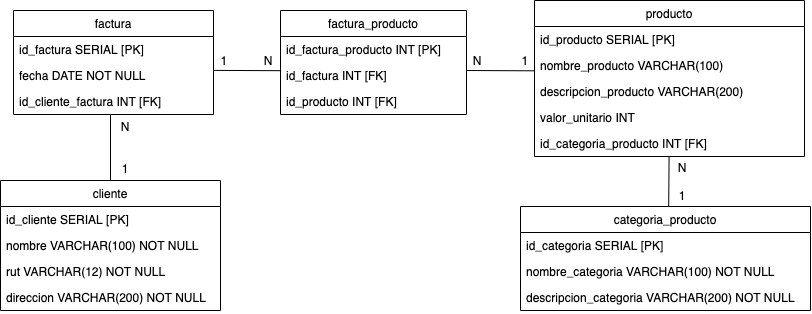
This is modelo_logico_prueba.png from fvargasserani/prueba_bases_de_datos, a draw.io export, as it was before one commit. Source tidied: cells renumbered, new cells last; positions are measured from the earlier drawing's top-left corner, leaving out a move shared by most shapes. The source it was exported from:
```xml
<mxGraphModel>
  <root>
    <mxCell id="0" />
    <mxCell id="1" parent="0" />
    <mxCell id="2" value="factura" style="swimlane;fontStyle=0;horizontal=1;startSize=26;fillColor=none;" parent="1" vertex="1">
      <mxGeometry x="13" y="10" width="200" height="104" as="geometry" />
    </mxCell>
    <mxCell id="3" value="id_factura SERIAL [PK]" style="text;strokeColor=none;fillColor=none;align=left;verticalAlign=top;spacingLeft=4;spacingRight=4;overflow=hidden;" parent="2" vertex="1">
      <mxGeometry y="26" width="200" height="26" as="geometry" />
    </mxCell>
    <mxCell id="4" value="fecha DATE NOT NULL" style="text;strokeColor=none;fillColor=none;align=left;verticalAlign=top;spacingLeft=4;spacingRight=4;overflow=hidden;points=[[0,0.5],[1,0.5]];portConstraint=eastwest;" parent="2" vertex="1">
      <mxGeometry y="52" width="200" height="26" as="geometry" />
    </mxCell>
    <mxCell id="5" value="id_cliente_factura INT [FK]" style="text;strokeColor=none;fillColor=none;align=left;verticalAlign=top;spacingLeft=4;spacingRight=4;overflow=hidden;" parent="2" vertex="1">
      <mxGeometry y="78" width="200" height="26" as="geometry" />
    </mxCell>
    <mxCell id="6" value="producto" style="swimlane;fontStyle=0;horizontal=1;startSize=26;fillColor=none;" parent="1" vertex="1">
      <mxGeometry x="534" width="270" height="156" as="geometry" />
    </mxCell>
    <mxCell id="7" value="id_producto SERIAL [PK]" style="text;strokeColor=none;fillColor=none;align=left;verticalAlign=top;spacingLeft=4;spacingRight=4;overflow=hidden;" parent="6" vertex="1">
      <mxGeometry y="26" width="270" height="26" as="geometry" />
    </mxCell>
    <mxCell id="8" value="nombre_producto VARCHAR(100)" style="text;strokeColor=none;fillColor=none;align=left;verticalAlign=top;spacingLeft=4;spacingRight=4;overflow=hidden;" parent="6" vertex="1">
      <mxGeometry y="52" width="270" height="26" as="geometry" />
    </mxCell>
    <mxCell id="9" value="descripcion_producto VARCHAR(200)" style="text;strokeColor=none;fillColor=none;align=left;verticalAlign=top;spacingLeft=4;spacingRight=4;overflow=hidden;" parent="6" vertex="1">
      <mxGeometry y="78" width="270" height="26" as="geometry" />
    </mxCell>
    <mxCell id="10" value="valor_unitario INT" style="text;strokeColor=none;fillColor=none;align=left;verticalAlign=top;spacingLeft=4;spacingRight=4;overflow=hidden;" parent="6" vertex="1">
      <mxGeometry y="104" width="270" height="26" as="geometry" />
    </mxCell>
    <mxCell id="11" value="id_categoria_producto INT [FK]" style="text;strokeColor=none;fillColor=none;align=left;verticalAlign=top;spacingLeft=4;spacingRight=4;overflow=hidden;" parent="6" vertex="1">
      <mxGeometry y="130" width="270" height="26" as="geometry" />
    </mxCell>
    <mxCell id="12" value="categoria_producto" style="swimlane;fontStyle=0;horizontal=1;startSize=26;fillColor=none;" parent="1" vertex="1">
      <mxGeometry x="520" y="206" width="290" height="104" as="geometry" />
    </mxCell>
    <mxCell id="13" value="id_categoria SERIAL [PK]" style="text;strokeColor=none;fillColor=none;align=left;verticalAlign=top;spacingLeft=4;spacingRight=4;overflow=hidden;" parent="12" vertex="1">
      <mxGeometry y="26" width="290" height="26" as="geometry" />
    </mxCell>
    <mxCell id="14" value="nombre_categoria VARCHAR(100) NOT NULL" style="text;strokeColor=none;fillColor=none;align=left;verticalAlign=top;spacingLeft=4;spacingRight=4;overflow=hidden;" parent="12" vertex="1">
      <mxGeometry y="52" width="290" height="26" as="geometry" />
    </mxCell>
    <mxCell id="15" value="descripcion_categoria VARCHAR(200) NOT NULL" style="text;strokeColor=none;fillColor=none;align=left;verticalAlign=top;spacingLeft=4;spacingRight=4;overflow=hidden;" parent="12" vertex="1">
      <mxGeometry y="78" width="290" height="26" as="geometry" />
    </mxCell>
    <mxCell id="16" value="cliente" style="swimlane;fontStyle=0;horizontal=1;startSize=26;fillColor=none;" parent="1" vertex="1">
      <mxGeometry y="180" width="220" height="130" as="geometry" />
    </mxCell>
    <mxCell id="17" value="id_cliente SERIAL [PK]" style="text;strokeColor=none;fillColor=none;align=left;verticalAlign=top;spacingLeft=4;spacingRight=4;overflow=hidden;" parent="16" vertex="1">
      <mxGeometry y="26" width="220" height="26" as="geometry" />
    </mxCell>
    <mxCell id="18" value="nombre VARCHAR(100) NOT NULL" style="text;strokeColor=none;fillColor=none;align=left;verticalAlign=top;spacingLeft=4;spacingRight=4;overflow=hidden;" parent="16" vertex="1">
      <mxGeometry y="52" width="220" height="26" as="geometry" />
    </mxCell>
    <mxCell id="19" value="rut VARCHAR(12) NOT NULL" style="text;strokeColor=none;fillColor=none;align=left;verticalAlign=top;spacingLeft=4;spacingRight=4;overflow=hidden;" parent="16" vertex="1">
      <mxGeometry y="78" width="220" height="26" as="geometry" />
    </mxCell>
    <mxCell id="20" value="direccion VARCHAR(200) NOT NULL" style="text;strokeColor=none;fillColor=none;align=left;verticalAlign=top;spacingLeft=4;spacingRight=4;overflow=hidden;" parent="16" vertex="1">
      <mxGeometry y="104" width="220" height="26" as="geometry" />
    </mxCell>
    <mxCell id="21" value="factura_producto" style="swimlane;fontStyle=0;horizontal=1;startSize=26;fillColor=none;" parent="1" vertex="1">
      <mxGeometry x="280" y="10" width="186" height="104" as="geometry" />
    </mxCell>
    <mxCell id="22" value="id_factura_producto INT [PK]" style="text;strokeColor=none;fillColor=none;align=left;verticalAlign=top;spacingLeft=4;spacingRight=4;overflow=hidden;" parent="21" vertex="1">
      <mxGeometry y="26" width="186" height="26" as="geometry" />
    </mxCell>
    <mxCell id="23" value="id_factura INT [FK]" style="text;strokeColor=none;fillColor=none;align=left;verticalAlign=top;spacingLeft=4;spacingRight=4;overflow=hidden;points=[[0,0.5],[1,0.5]];portConstraint=eastwest;" parent="21" vertex="1">
      <mxGeometry y="52" width="186" height="26" as="geometry" />
    </mxCell>
    <mxCell id="24" value="id_producto INT [FK]" style="text;strokeColor=none;fillColor=none;align=left;verticalAlign=top;spacingLeft=4;spacingRight=4;overflow=hidden;" parent="21" vertex="1">
      <mxGeometry y="78" width="186" height="26" as="geometry" />
    </mxCell>
    <mxCell id="25" style="endArrow=none;html=1;exitX=1;exitY=0.303;exitDx=0;exitDy=0;exitPerimeter=0;entryX=0.003;entryY=0.315;entryDx=0;entryDy=0;entryPerimeter=0;" parent="1" edge="1" source="4" target="23">
      <mxGeometry relative="1" as="geometry" />
    </mxCell>
    <mxCell id="26" style="endArrow=none;html=1;exitX=1;exitY=0.303;exitDx=0;exitDy=0;exitPerimeter=0;entryX=0.003;entryY=0.315;entryDx=0;entryDy=0;entryPerimeter=0;" parent="1" edge="1">
      <mxGeometry relative="1" as="geometry">
        <mxPoint x="466" y="70" as="sourcePoint" />
        <mxPoint x="533.6" y="70.3" as="targetPoint" />
      </mxGeometry>
    </mxCell>
    <mxCell id="27" value="1&amp;nbsp; &amp;nbsp; &amp;nbsp; &amp;nbsp; &amp;nbsp; &amp;nbsp;N" style="text;html=1;strokeColor=none;fillColor=none;align=center;verticalAlign=middle;whiteSpace=wrap;rounded=0;" parent="1" vertex="1">
      <mxGeometry x="213" y="50" width="67" height="20" as="geometry" />
    </mxCell>
    <mxCell id="28" value="N&amp;nbsp; &amp;nbsp; &amp;nbsp; &amp;nbsp; &amp;nbsp; &amp;nbsp; 1" style="text;html=1;strokeColor=none;fillColor=none;align=center;verticalAlign=middle;whiteSpace=wrap;rounded=0;" parent="1" vertex="1">
      <mxGeometry x="467" y="50" width="67" height="20" as="geometry" />
    </mxCell>
    <mxCell id="29" style="endArrow=none;html=1;" parent="1" edge="1">
      <mxGeometry relative="1" as="geometry">
        <mxPoint x="110" y="180" as="sourcePoint" />
        <mxPoint x="110" y="114" as="targetPoint" />
      </mxGeometry>
    </mxCell>
    <mxCell id="30" style="endArrow=none;html=1;exitX=0.511;exitY=-0.005;exitDx=0;exitDy=0;exitPerimeter=0;" parent="1" edge="1" source="12">
      <mxGeometry relative="1" as="geometry">
        <mxPoint x="668.6" y="156" as="targetPoint" />
      </mxGeometry>
    </mxCell>
    <mxCell id="31" value="N&lt;br&gt;&lt;br&gt;&lt;br&gt;1" style="text;html=1;strokeColor=none;fillColor=none;align=center;verticalAlign=middle;whiteSpace=wrap;rounded=0;" parent="1" vertex="1">
      <mxGeometry x="110" y="114" width="30" height="66" as="geometry" />
    </mxCell>
    <mxCell id="32" value="N&lt;br&gt;&lt;br&gt;1" style="text;html=1;strokeColor=none;fillColor=none;align=center;verticalAlign=middle;whiteSpace=wrap;rounded=0;" parent="1" vertex="1">
      <mxGeometry x="667" y="160" width="30" height="42" as="geometry" />
    </mxCell>
  </root>
</mxGraphModel>
```
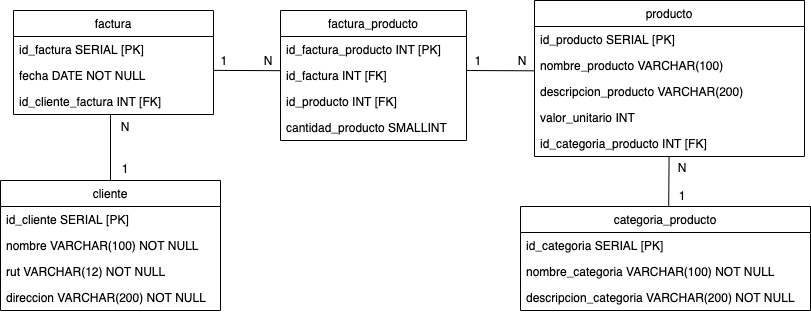
Above is the later version.

What changed in the source:
```diff
@@ -60,7 +60,7 @@
       <mxGeometry y="104" width="220" height="26" as="geometry" />
     </mxCell>
     <mxCell id="21" value="factura_producto" style="swimlane;fontStyle=0;horizontal=1;startSize=26;fillColor=none;" parent="1" vertex="1">
-      <mxGeometry x="280" y="10" width="186" height="104" as="geometry" />
+      <mxGeometry x="280" y="10" width="186" height="130" as="geometry" />
     </mxCell>
     <mxCell id="22" value="id_factura_producto INT [PK]" style="text;strokeColor=none;fillColor=none;align=left;verticalAlign=top;spacingLeft=4;spacingRight=4;overflow=hidden;" parent="21" vertex="1">
       <mxGeometry y="26" width="186" height="26" as="geometry" />
@@ -71,6 +71,9 @@
     <mxCell id="24" value="id_producto INT [FK]" style="text;strokeColor=none;fillColor=none;align=left;verticalAlign=top;spacingLeft=4;spacingRight=4;overflow=hidden;" parent="21" vertex="1">
       <mxGeometry y="78" width="186" height="26" as="geometry" />
     </mxCell>
+    <mxCell id="33" value="cantidad_producto SMALLINT " style="text;strokeColor=none;fillColor=none;align=left;verticalAlign=top;spacingLeft=4;spacingRight=4;overflow=hidden;" parent="21" vertex="1">
+      <mxGeometry y="104" width="186" height="26" as="geometry" />
+    </mxCell>
     <mxCell id="25" style="endArrow=none;html=1;exitX=1;exitY=0.303;exitDx=0;exitDy=0;exitPerimeter=0;entryX=0.003;entryY=0.315;entryDx=0;entryDy=0;entryPerimeter=0;" parent="1" edge="1" source="4" target="23">
       <mxGeometry relative="1" as="geometry" />
     </mxCell>
@@ -83,7 +86,7 @@
     <mxCell id="27" value="1&amp;nbsp; &amp;nbsp; &amp;nbsp; &amp;nbsp; &amp;nbsp; &amp;nbsp;N" style="text;html=1;strokeColor=none;fillColor=none;align=center;verticalAlign=middle;whiteSpace=wrap;rounded=0;" parent="1" vertex="1">
       <mxGeometry x="213" y="50" width="67" height="20" as="geometry" />
     </mxCell>
-    <mxCell id="28" value="N&amp;nbsp; &amp;nbsp; &amp;nbsp; &amp;nbsp; &amp;nbsp; &amp;nbsp; 1" style="text;html=1;strokeColor=none;fillColor=none;align=center;verticalAlign=middle;whiteSpace=wrap;rounded=0;" parent="1" vertex="1">
+    <mxCell id="28" value="1&amp;nbsp; &amp;nbsp; &amp;nbsp; &amp;nbsp; &amp;nbsp; &amp;nbsp;N" style="text;html=1;strokeColor=none;fillColor=none;align=center;verticalAlign=middle;whiteSpace=wrap;rounded=0;" parent="1" vertex="1">
       <mxGeometry x="467" y="50" width="67" height="20" as="geometry" />
     </mxCell>
     <mxCell id="29" style="endArrow=none;html=1;" parent="1" edge="1">
```
